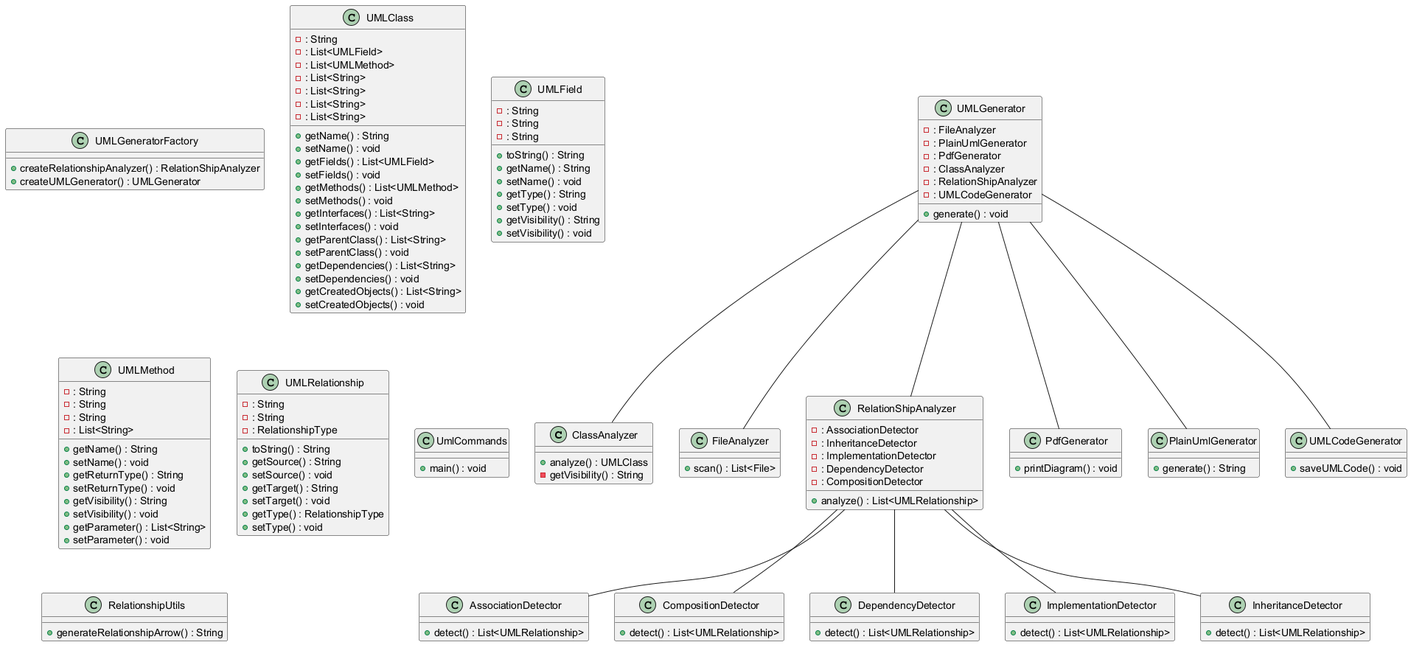
The PlantUML diagram diagram.png in sithija-sulochana/ArchLense, before a commit.
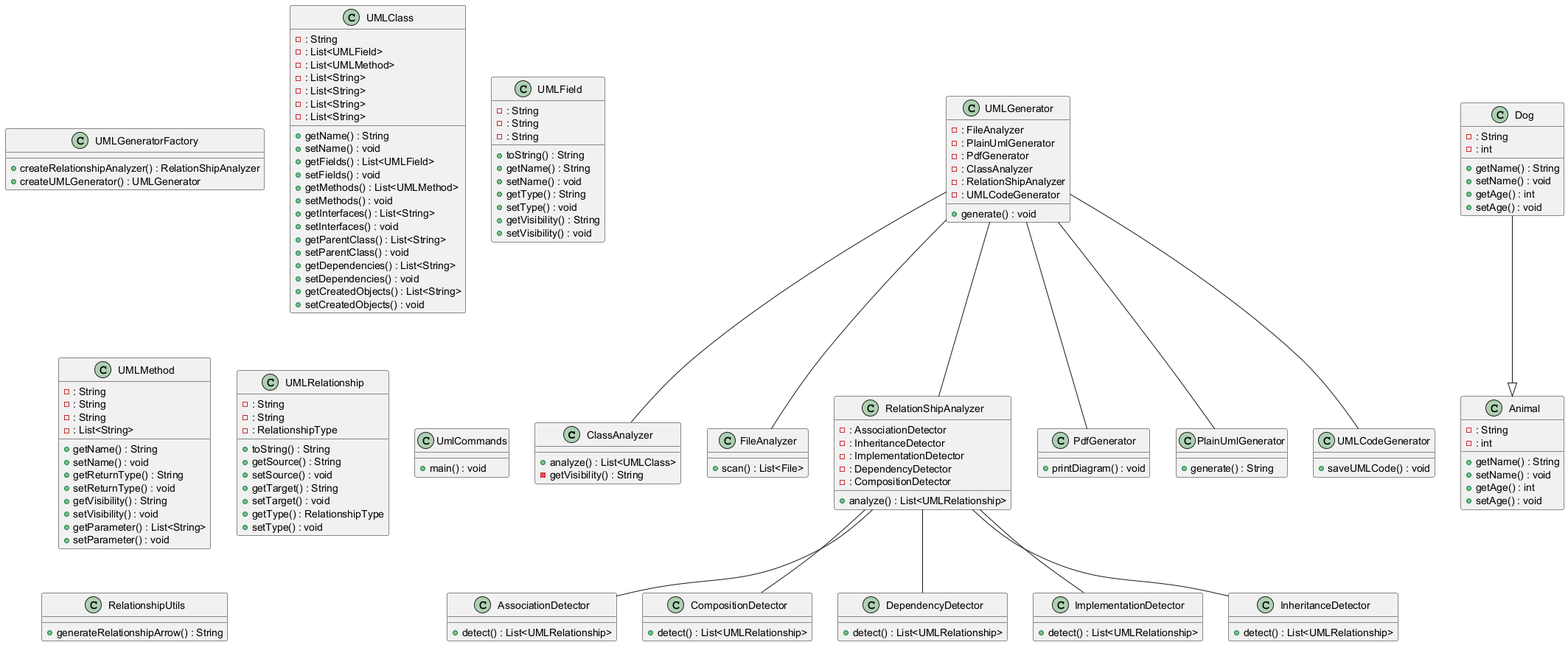
The same diagram one commit later.

Change to the diagram source:
```diff
@@ -1,6 +1,6 @@
 @startuml
 class ClassAnalyzer {
-  + analyze() : UMLClass
+  + analyze() : List<UMLClass>
   - getVisibility() : String
 }
 class FileAnalyzer {
@@ -28,6 +28,22 @@
 }
 class InheritanceDetector {
   + detect() : List<UMLRelationship>
+}
+class Dog {
+  - : String
+  - : int
+  + getName() : String
+  + setName() : void
+  + getAge() : int
+  + setAge() : void
+}
+class Animal {
+  - : String
+  - : int
+  + getName() : String
+  + setName() : void
+  + getAge() : int
+  + setAge() : void
 }
 class UMLGeneratorFactory {
   + createRelationshipAnalyzer() : RelationShipAnalyzer
@@ -129,4 +145,5 @@
 RelationShipAnalyzer -- DependencyDetector
 RelationShipAnalyzer -- ImplementationDetector
 UMLGenerator -- ClassAnalyzer
+Dog --|> Animal
 @enduml
```
